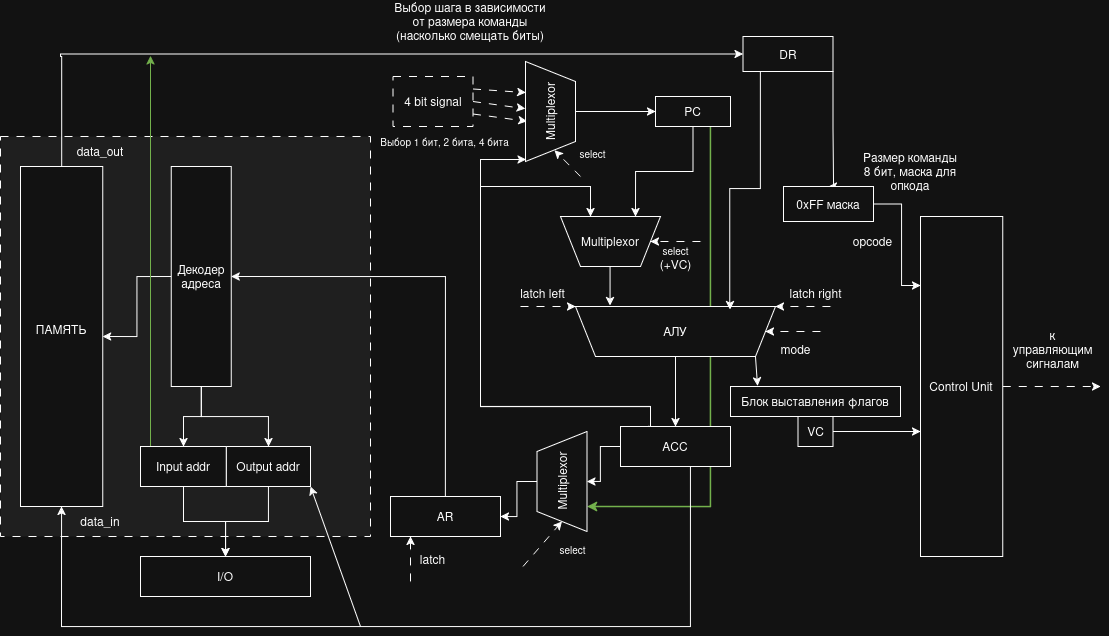
Earlier version of the draw.io export 4 Computer Architecture/lab3_scheme/scheme_acc_1.png (ssnagin/ITMO_SPPO). Source tidied: cells renumbered, new cells last; positions are measured from the earlier drawing's top-left corner, leaving out a move shared by most shapes.
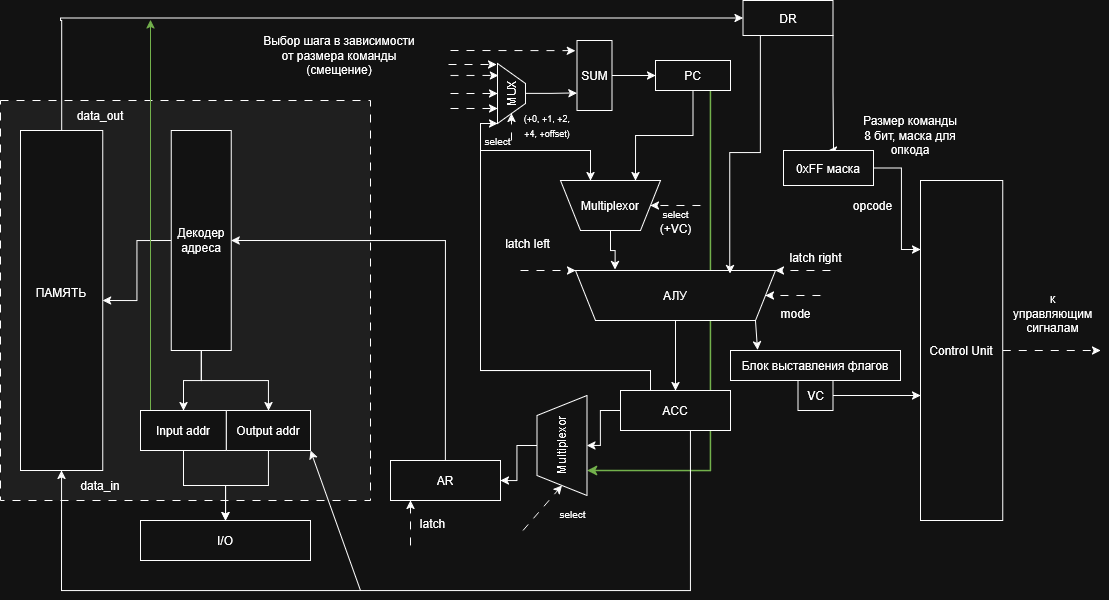
After the commit.

Diff of the diagram source:
```diff
@@ -92,7 +92,7 @@
         </Array>
       </mxGeometry>
     </mxCell>
-    <mxCell id="22" style="edgeStyle=orthogonalEdgeStyle;rounded=0;jettySize=auto;html=1;entryX=0.019;entryY=0.99;entryDx=0;entryDy=0;exitX=0.25;exitY=0;exitDx=0;exitDy=0;entryPerimeter=0;" parent="1" edge="1" source="23" target="50">
+    <mxCell id="22" style="edgeStyle=orthogonalEdgeStyle;rounded=0;jettySize=auto;html=1;entryX=0;entryY=1;entryDx=0;entryDy=0;exitX=0.25;exitY=0;exitDx=0;exitDy=0;" parent="1" edge="1" source="23" target="74">
       <mxGeometry relative="1" as="geometry">
         <Array as="points">
           <mxPoint x="650" y="420" />
@@ -117,18 +117,12 @@
     <mxCell id="27" value="&lt;div&gt;AR&lt;/div&gt;" style="rounded=0;whiteSpace=wrap;html=1;" parent="1" vertex="1">
       <mxGeometry x="390" y="490" width="110" height="40" as="geometry" />
     </mxCell>
-    <mxCell id="28" style="edgeStyle=orthogonalEdgeStyle;rounded=0;orthogonalLoop=1;jettySize=auto;html=1;entryX=0.802;entryY=1.017;entryDx=0;entryDy=0;entryPerimeter=0;" parent="1" edge="1">
-      <mxGeometry relative="1" as="geometry">
-        <mxPoint x="605" y="260" as="sourcePoint" />
-        <mxPoint x="609.6" y="299.2" as="targetPoint" />
-      </mxGeometry>
+    <mxCell id="28" style="edgeStyle=orthogonalEdgeStyle;rounded=0;jettySize=auto;html=1;entryX=0.802;entryY=1.017;entryDx=0;entryDy=0;entryPerimeter=0;" parent="1" edge="1" source="29" target="18">
+      <mxGeometry relative="1" as="geometry" />
     </mxCell>
     <mxCell id="29" value="Multiplexor" style="shape=trapezoid;perimeter=trapezoidPerimeter;whiteSpace=wrap;html=1;fixedSize=1;rotation=0;verticalAlign=middle;horizontal=1;flipV=1;legacyAnchorPoints=0;" parent="1" vertex="1">
       <mxGeometry x="560" y="210" width="100" height="50" as="geometry" />
     </mxCell>
-    <mxCell id="30" style="edgeStyle=orthogonalEdgeStyle;rounded=0;jettySize=auto;html=1;" parent="1" edge="1" source="50" target="32">
-      <mxGeometry relative="1" as="geometry" />
-    </mxCell>
     <mxCell id="31" style="edgeStyle=orthogonalEdgeStyle;rounded=0;jettySize=auto;html=1;entryX=0.75;entryY=1;entryDx=0;entryDy=0;" parent="1" edge="1" source="32" target="29">
       <mxGeometry relative="1" as="geometry" />
     </mxCell>
@@ -141,8 +135,8 @@
     <mxCell id="34" value="data_out" style="text;html=1;align=center;verticalAlign=middle;whiteSpace=wrap;rounded=0;" parent="1" vertex="1">
       <mxGeometry x="70" y="130" width="60" height="30" as="geometry" />
     </mxCell>
-    <mxCell id="35" value="Выбор шага в зависимости от размера команды (насколько смещать биты)" style="text;html=1;whiteSpace=wrap;strokeColor=none;fillColor=none;align=center;verticalAlign=middle;rounded=0;" parent="1" vertex="1">
-      <mxGeometry x="390.8" width="158.5" height="30" as="geometry" />
+    <mxCell id="35" value="Выбор шага в зависимости от размера команды (смещение)" style="text;html=1;whiteSpace=wrap;strokeColor=none;fillColor=none;align=center;verticalAlign=middle;rounded=0;" parent="1" vertex="1">
+      <mxGeometry x="260" y="70" width="158.5" height="30" as="geometry" />
     </mxCell>
     <mxCell id="36" style="endArrow=classic;html=1;rounded=0;entryX=1;entryY=1;entryDx=0;entryDy=0;" parent="1" edge="1" target="11">
       <mxGeometry relative="1" as="geometry">
@@ -163,31 +157,6 @@
     <mxCell id="39" value="VC" style="rounded=0;whiteSpace=wrap;html=1;" parent="1" vertex="1">
       <mxGeometry x="797.5" y="410" width="35" height="30" as="geometry" />
     </mxCell>
-    <mxCell id="40" style="endArrow=classic;html=1;rounded=0;entryX=0.112;entryY=0.42;entryDx=0;entryDy=0;dashed=1;dashPattern=8 8;entryPerimeter=0;" parent="1" edge="1" target="50">
-      <mxGeometry relative="1" as="geometry">
-        <mxPoint x="580" y="170" as="sourcePoint" />
-      </mxGeometry>
-    </mxCell>
-    <mxCell id="41" value="&lt;div&gt;&lt;font style=&quot;font-size: 10px;&quot;&gt;select&lt;/font&gt;&lt;/div&gt;" style="text;html=1;whiteSpace=wrap;strokeColor=none;fillColor=none;align=center;verticalAlign=middle;rounded=0;" parent="1" vertex="1">
-      <mxGeometry x="560" y="134" width="65" height="26" as="geometry" />
-    </mxCell>
-    <mxCell id="42" style="endArrow=classic;html=1;rounded=0;dashed=1;exitX=1;exitY=0.5;exitDx=0;exitDy=0;dashPattern=8 8;entryX=0.528;entryY=1.007;entryDx=0;entryDy=0;entryPerimeter=0;" parent="1" edge="1" source="43" target="50">
-      <mxGeometry relative="1" as="geometry" />
-    </mxCell>
-    <mxCell id="43" value="4 bit signal" style="rounded=0;whiteSpace=wrap;html=1;dashed=1;dashPattern=8 8;" parent="1" vertex="1">
-      <mxGeometry x="392.5" y="70" width="80" height="50" as="geometry" />
-    </mxCell>
-    <mxCell id="44" style="endArrow=classic;html=1;rounded=0;dashed=1;exitX=1;exitY=0.75;exitDx=0;exitDy=0;dashPattern=8 8;entryX=0.51;entryY=1.035;entryDx=0;entryDy=0;entryPerimeter=0;" parent="1" edge="1" source="50">
-      <mxGeometry relative="1" as="geometry">
-        <mxPoint x="570" y="120" as="targetPoint" />
-      </mxGeometry>
-    </mxCell>
-    <mxCell id="45" style="endArrow=classic;html=1;rounded=0;dashed=1;exitX=1;exitY=0.25;exitDx=0;exitDy=0;dashPattern=8 8;entryX=0.689;entryY=0.994;entryDx=0;entryDy=0;entryPerimeter=0;" parent="1" edge="1" source="43" target="50">
-      <mxGeometry relative="1" as="geometry" />
-    </mxCell>
-    <mxCell id="46" value="&lt;font style=&quot;font-size: 10px;&quot;&gt;Выбор 1 бит, 2 бита, 4 бита&lt;/font&gt;" style="text;html=1;whiteSpace=wrap;strokeColor=none;fillColor=none;align=center;verticalAlign=middle;rounded=0;" parent="1" vertex="1">
-      <mxGeometry x="375.4" y="120" width="139.2" height="30" as="geometry" />
-    </mxCell>
     <mxCell id="47" style="endArrow=classic;html=1;rounded=0;entryX=0;entryY=0.5;entryDx=0;entryDy=0;dashed=1;dashPattern=8 8;" parent="1" edge="1" target="18">
       <mxGeometry relative="1" as="geometry">
         <mxPoint x="820" y="325" as="sourcePoint" />
@@ -196,12 +165,6 @@
     <mxCell id="48" value="mode" style="text;html=1;whiteSpace=wrap;strokeColor=none;fillColor=none;align=center;verticalAlign=middle;rounded=0;" parent="1" vertex="1">
       <mxGeometry x="762.5" y="330" width="65" height="26" as="geometry" />
     </mxCell>
-    <mxCell id="49" style="endArrow=classic;html=1;rounded=0;dashed=1;exitX=1;exitY=0.75;exitDx=0;exitDy=0;dashPattern=8 8;entryX=0.402;entryY=0.968;entryDx=0;entryDy=0;entryPerimeter=0;" parent="1" edge="1" source="43" target="50">
-      <mxGeometry relative="1" as="geometry" />
-    </mxCell>
-    <mxCell id="50" value="Multiplexor" style="shape=trapezoid;perimeter=trapezoidPerimeter;whiteSpace=wrap;html=1;fixedSize=1;rotation=-90;verticalAlign=middle;horizontal=1;flipV=1;legacyAnchorPoints=0;" parent="1" vertex="1">
-      <mxGeometry x="500" y="80" width="100" height="50" as="geometry" />
-    </mxCell>
     <mxCell id="51" style="endArrow=classic;html=1;rounded=0;entryX=0;entryY=0.5;entryDx=0;entryDy=0;dashed=1;dashPattern=8 8;" parent="1" edge="1">
       <mxGeometry relative="1" as="geometry">
         <mxPoint x="830" y="300" as="sourcePoint" />
@@ -218,7 +181,7 @@
       <mxGeometry x="782.5" y="274" width="65" height="26" as="geometry" />
     </mxCell>
     <mxCell id="54" value="latch left" style="text;html=1;whiteSpace=wrap;strokeColor=none;fillColor=none;align=center;verticalAlign=middle;rounded=0;" parent="1" vertex="1">
-      <mxGeometry x="510" y="274" width="65" height="26" as="geometry" />
+      <mxGeometry x="495" y="260" width="65" height="26" as="geometry" />
     </mxCell>
     <mxCell id="55" style="edgeStyle=orthogonalEdgeStyle;rounded=0;jettySize=auto;html=1;entryX=0.5;entryY=0;entryDx=0;entryDy=0;exitX=1;exitY=1;exitDx=0;exitDy=0;" parent="1" edge="1" source="56" target="57">
       <mxGeometry relative="1" as="geometry">
@@ -292,5 +255,54 @@
     <mxCell id="70" value="latch" style="text;html=1;whiteSpace=wrap;align=center;verticalAlign=middle;rounded=0;" parent="1" vertex="1">
       <mxGeometry x="400" y="540" width="65" height="26" as="geometry" />
     </mxCell>
+    <mxCell id="41" value="&lt;div&gt;&lt;font style=&quot;font-size: 10px;&quot;&gt;select&lt;/font&gt;&lt;/div&gt;" style="text;html=1;whiteSpace=wrap;strokeColor=none;fillColor=none;align=center;verticalAlign=middle;rounded=0;" parent="1" vertex="1">
+      <mxGeometry x="474.6" y="160" width="45" height="20" as="geometry" />
+    </mxCell>
+    <mxCell id="71" style="edgeStyle=orthogonalEdgeStyle;rounded=0;jettySize=auto;html=1;entryX=0;entryY=0.5;entryDx=0;entryDy=0;" parent="1" edge="1" source="72" target="32">
+      <mxGeometry relative="1" as="geometry" />
+    </mxCell>
+    <mxCell id="72" value="SUM" style="rounded=0;whiteSpace=wrap;html=1;" parent="1" vertex="1">
+      <mxGeometry x="576.5" y="70" width="35" height="70" as="geometry" />
+    </mxCell>
+    <mxCell id="73" style="edgeStyle=orthogonalEdgeStyle;rounded=0;jettySize=auto;html=1;entryX=0;entryY=0.75;entryDx=0;entryDy=0;" parent="1" edge="1" source="74" target="72">
+      <mxGeometry relative="1" as="geometry" />
+    </mxCell>
+    <mxCell id="74" value="MUX" style="shape=trapezoid;perimeter=trapezoidPerimeter;whiteSpace=wrap;html=1;fixedSize=1;rotation=-90;verticalAlign=middle;horizontal=1;flipV=1;legacyAnchorPoints=0;" parent="1" vertex="1">
+      <mxGeometry x="481" y="109" width="60" height="28" as="geometry" />
+    </mxCell>
+    <mxCell id="75" style="endArrow=classic;html=1;rounded=0;dashed=1;dashPattern=8 8;entryX=0.25;entryY=1;entryDx=0;entryDy=0;" parent="1" edge="1" target="74">
+      <mxGeometry relative="1" as="geometry">
+        <mxPoint x="450" y="138" as="sourcePoint" />
+      </mxGeometry>
+    </mxCell>
+    <mxCell id="76" style="endArrow=classic;html=1;rounded=0;dashed=1;dashPattern=8 8;entryX=0.5;entryY=1;entryDx=0;entryDy=0;" parent="1" edge="1" target="74">
+      <mxGeometry relative="1" as="geometry">
+        <mxPoint x="450" y="123" as="sourcePoint" />
+      </mxGeometry>
+    </mxCell>
+    <mxCell id="77" style="endArrow=classic;html=1;rounded=0;dashed=1;dashPattern=8 8;entryX=0.801;entryY=0.971;entryDx=0;entryDy=0;entryPerimeter=0;" parent="1" edge="1" target="74">
+      <mxGeometry relative="1" as="geometry">
+        <mxPoint x="450" y="105" as="sourcePoint" />
+      </mxGeometry>
+    </mxCell>
+    <mxCell id="78" style="endArrow=classic;html=1;rounded=0;dashed=1;dashPattern=8 8;entryX=-0.049;entryY=0.145;entryDx=0;entryDy=0;entryPerimeter=0;" parent="1" edge="1" target="72">
+      <mxGeometry relative="1" as="geometry">
+        <mxPoint x="450" y="80" as="sourcePoint" />
+      </mxGeometry>
+    </mxCell>
+    <mxCell id="79" style="endArrow=classic;html=1;rounded=0;dashed=1;dashPattern=8 8;entryX=0.801;entryY=0.971;entryDx=0;entryDy=0;entryPerimeter=0;" parent="1" edge="1">
+      <mxGeometry relative="1" as="geometry">
+        <mxPoint x="448" y="94" as="sourcePoint" />
+        <mxPoint x="496" y="94" as="targetPoint" />
+      </mxGeometry>
+    </mxCell>
+    <mxCell id="80" value="&lt;font style=&quot;font-size: 9px;&quot;&gt;(+0, +1, +2, +4, +offset)&lt;/font&gt;" style="text;html=1;whiteSpace=wrap;strokeColor=none;fillColor=none;align=center;verticalAlign=middle;rounded=0;" parent="1" vertex="1">
+      <mxGeometry x="516.5" y="140" width="60" height="30" as="geometry" />
+    </mxCell>
+    <mxCell id="81" style="endArrow=classic;html=1;rounded=0;entryX=0;entryY=0.5;entryDx=0;entryDy=0;dashed=1;dashPattern=8 8;" parent="1" edge="1" target="74">
+      <mxGeometry relative="1" as="geometry">
+        <mxPoint x="511" y="170" as="sourcePoint" />
+      </mxGeometry>
+    </mxCell>
   </root>
 </mxGraphModel>
```
